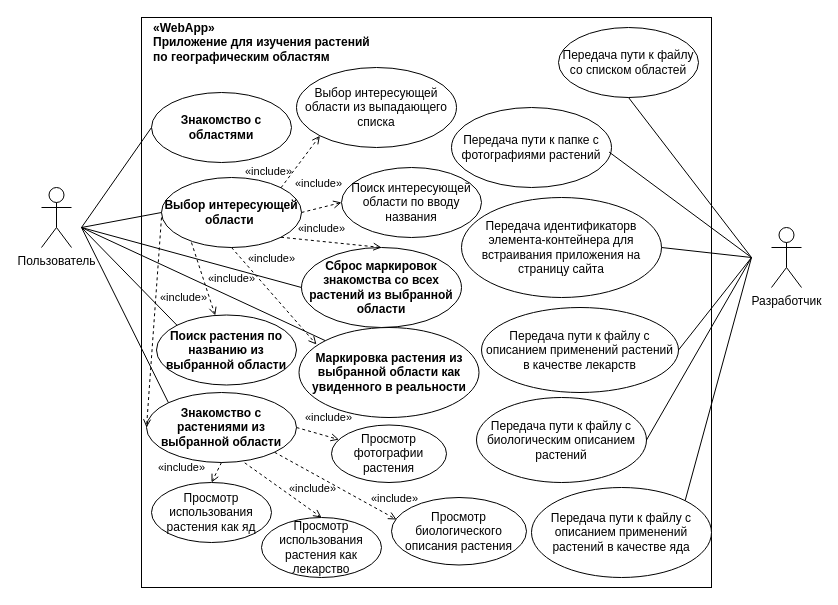
This is ЛаптеваАнна.drawio from LaptAAA/JS2023, a draw.io file, before an edit. Source tidied: cells renumbered, new cells numbered last; positions are measured from the earlier drawing's top-left corner, leaving out a move shared by most shapes. Both pictures are drawn from the tidied source at 100%, with x=0, y=0 at pixel (41, 17).
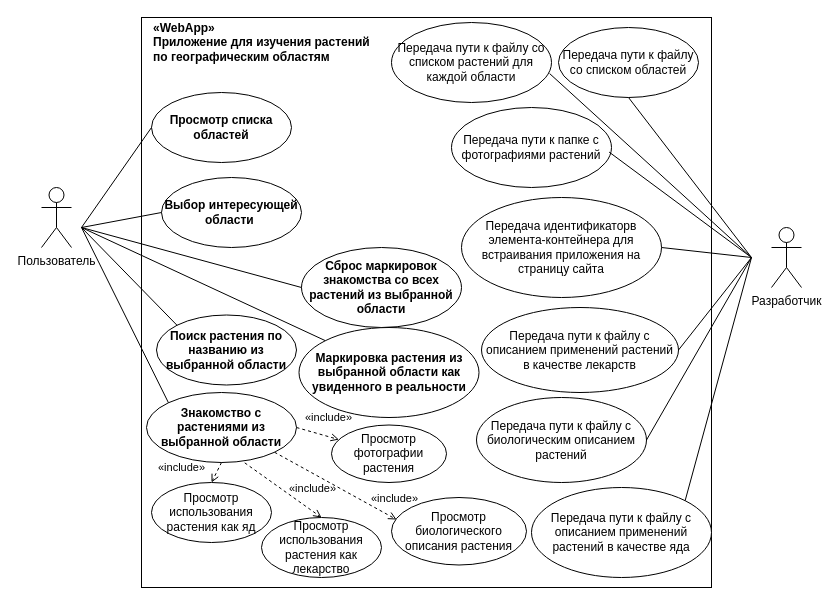
Above is the later version.

Unchanged cells that the change refers to:
```xml
<mxCell id="6" value="&lt;b style=&quot;border-color: var(--border-color);&quot;&gt;Выбор интересующей области&lt;/b&gt;&amp;nbsp;" style="ellipse;whiteSpace=wrap;html=1;" parent="1" vertex="1">
  <mxGeometry x="120" y="160" width="140" height="70" as="geometry" />
</mxCell>
<mxCell id="9" value="&lt;b style=&quot;border-color: var(--border-color);&quot;&gt;Знакомство с растениями из выбранной области&lt;/b&gt;" style="ellipse;whiteSpace=wrap;html=1;" parent="1" vertex="1">
  <mxGeometry x="105" y="375" width="150" height="70" as="geometry" />
</mxCell>
<mxCell id="10" value="&lt;b&gt;Сброс маркировок знакомства со всех растений из выбранной области&lt;/b&gt;" style="ellipse;whiteSpace=wrap;html=1;" parent="1" vertex="1">
  <mxGeometry x="260" y="230" width="160" height="80" as="geometry" />
</mxCell>
<mxCell id="11" value="&lt;b style=&quot;border-color: var(--border-color);&quot;&gt;Маркировка растения из выбранной области как увиденного в реальности&lt;/b&gt;" style="ellipse;whiteSpace=wrap;html=1;" parent="1" vertex="1">
  <mxGeometry x="257.5" y="310" width="180" height="90" as="geometry" />
</mxCell>
<mxCell id="16" value="&lt;b style=&quot;border-color: var(--border-color);&quot;&gt;Поиск растения по названию из выбранной области&lt;/b&gt;" style="ellipse;whiteSpace=wrap;html=1;" parent="1" vertex="1">
  <mxGeometry x="115" y="297.5" width="140" height="70" as="geometry" />
</mxCell>
<mxCell id="32" value="Просмотр фотографии растения" style="ellipse;whiteSpace=wrap;html=1;" parent="1" vertex="1">
  <mxGeometry x="290" y="407.5" width="115" height="57.5" as="geometry" />
</mxCell>
```

Change to the diagram source:
```diff
@@
-    <mxCell id="5" value="&lt;b style=&quot;border-color: var(--border-color);&quot;&gt;Знакомство с областями&lt;/b&gt;" style="ellipse;whiteSpace=wrap;html=1;" parent="1" vertex="1">
+    <mxCell id="5" value="&lt;b style=&quot;border-color: var(--border-color);&quot;&gt;Просмотр списка областей&lt;/b&gt;" style="ellipse;whiteSpace=wrap;html=1;" parent="1" vertex="1">
       <mxGeometry x="110" y="75" width="140" height="70" as="geometry" />
     </mxCell>
@@
-    <mxCell id="7" value="Поиск интересующей области по вводу названия" style="ellipse;whiteSpace=wrap;html=1;" parent="1" vertex="1">
-      <mxGeometry x="300" y="150" width="140" height="70" as="geometry" />
-    </mxCell>
-    <mxCell id="8" value="Выбор интересующей области из выпадающего списка" style="ellipse;whiteSpace=wrap;html=1;" parent="1" vertex="1">
-      <mxGeometry x="255" y="50" width="160" height="80" as="geometry" />
-    </mxCell>
@@
-    <mxCell id="36" value="«include»" style="edgeStyle=none;html=1;endArrow=open;verticalAlign=bottom;dashed=1;labelBackgroundColor=none;rounded=0;entryX=0;entryY=1;entryDx=0;entryDy=0;exitX=1;exitY=0;exitDx=0;exitDy=0;" parent="1" edge="1" source="6" target="8">
-      <mxGeometry x="-1" y="14" relative="1" as="geometry">
-        <mxPoint x="-1" y="1" as="offset" />
-      </mxGeometry>
-    </mxCell>
-    <mxCell id="37" value="«include»" style="edgeStyle=none;html=1;endArrow=open;verticalAlign=bottom;dashed=1;labelBackgroundColor=none;rounded=0;entryX=0;entryY=0.5;entryDx=0;entryDy=0;exitX=1;exitY=0.5;exitDx=0;exitDy=0;" parent="1" edge="1" source="6" target="7">
-      <mxGeometry y="15" relative="1" as="geometry" />
-    </mxCell>
     <mxCell id="38" value="«include»" style="edgeStyle=none;html=1;endArrow=open;verticalAlign=bottom;dashed=1;labelBackgroundColor=none;rounded=0;exitX=1;exitY=0.5;exitDx=0;exitDy=0;" parent="1" edge="1" source="9" target="32">
-      <mxGeometry x="0.34" y="10" relative="1" as="geometry" />
+      <mxGeometry x="0.36" y="10" relative="1" as="geometry" />
     </mxCell>
@@
-    <mxCell id="42" value="«include»" style="edgeStyle=none;html=1;endArrow=open;verticalAlign=bottom;dashed=1;labelBackgroundColor=none;rounded=0;exitX=0.214;exitY=0.929;exitDx=0;exitDy=0;exitPerimeter=0;" parent="1" edge="1" source="6" target="16">
-      <mxGeometry x="0.44" y="24" relative="1" as="geometry" />
-    </mxCell>
-    <mxCell id="43" value="«include»" style="edgeStyle=none;html=1;endArrow=open;verticalAlign=bottom;dashed=1;labelBackgroundColor=none;rounded=0;exitX=1;exitY=1;exitDx=0;exitDy=0;entryX=0.5;entryY=0;entryDx=0;entryDy=0;" parent="1" edge="1" source="6" target="10">
-      <mxGeometry x="-0.2" y="4" relative="1" as="geometry" />
-    </mxCell>
-    <mxCell id="44" value="«include»" style="edgeStyle=none;html=1;endArrow=open;verticalAlign=bottom;dashed=1;labelBackgroundColor=none;rounded=0;entryX=0;entryY=0.5;entryDx=0;entryDy=0;" parent="1" edge="1" target="9">
-      <mxGeometry x="-0.17" y="28" relative="1" as="geometry">
-        <mxPoint x="120" y="200" as="sourcePoint" />
-      </mxGeometry>
-    </mxCell>
-    <mxCell id="45" value="«include»" style="edgeStyle=none;html=1;endArrow=open;verticalAlign=bottom;dashed=1;labelBackgroundColor=none;rounded=0;exitX=0.5;exitY=1;exitDx=0;exitDy=0;entryX=0.097;entryY=0.189;entryDx=0;entryDy=0;entryPerimeter=0;" parent="1" edge="1" source="6" target="11">
-      <mxGeometry x="-0.36" y="17" relative="1" as="geometry" />
-    </mxCell>
+    <mxCell id="46" value="Передача пути к файлу со списком растений для каждой области" style="ellipse;whiteSpace=wrap;html=1;" parent="1" vertex="1">
+      <mxGeometry x="350" y="5" width="160" height="80" as="geometry" />
+    </mxCell>
+    <mxCell id="47" style="endArrow=none;html=1;rounded=0;entryX=0.988;entryY=0.638;entryDx=0;entryDy=0;entryPerimeter=0;" parent="1" edge="1" target="46">
+      <mxGeometry relative="1" as="geometry">
+        <mxPoint x="710" y="240" as="sourcePoint" />
+      </mxGeometry>
+    </mxCell>
```
